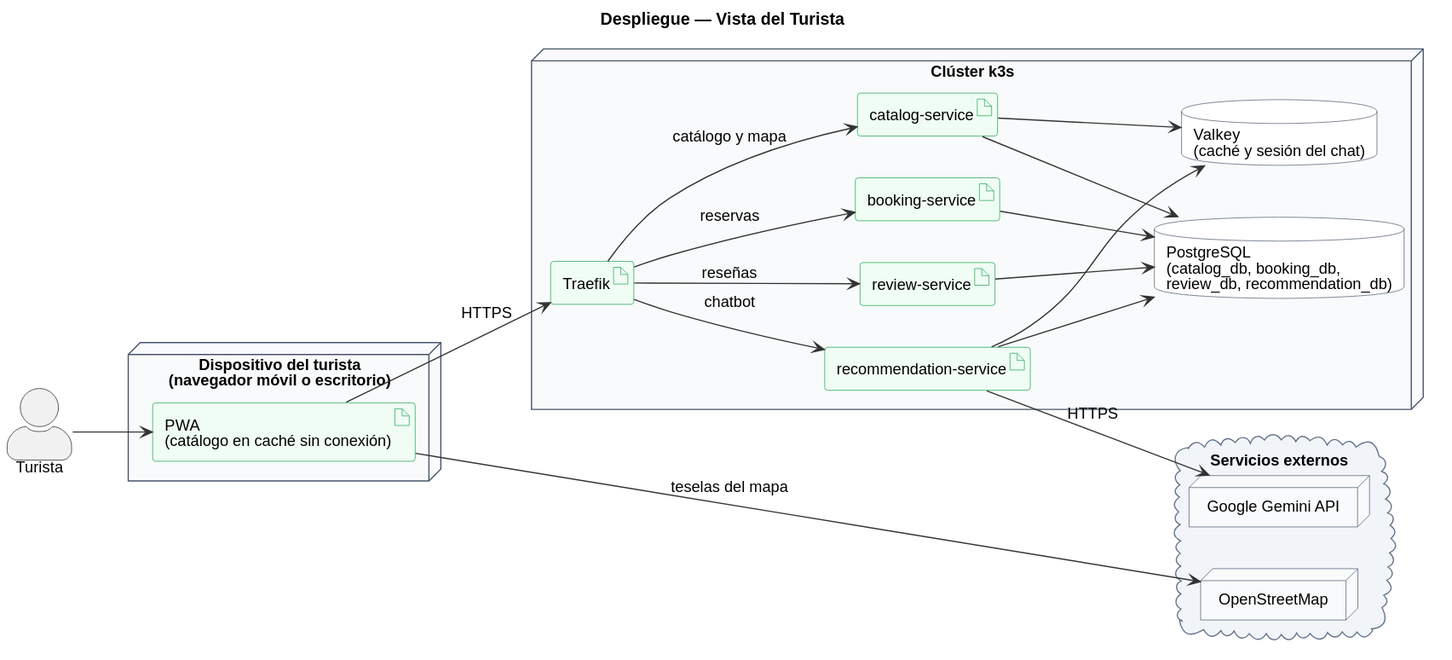
Before: Documents/Pages/Diagrama_Despliegue_Turista.svg, a diagram exported from PlantUML (luifdo/tourism-platform).
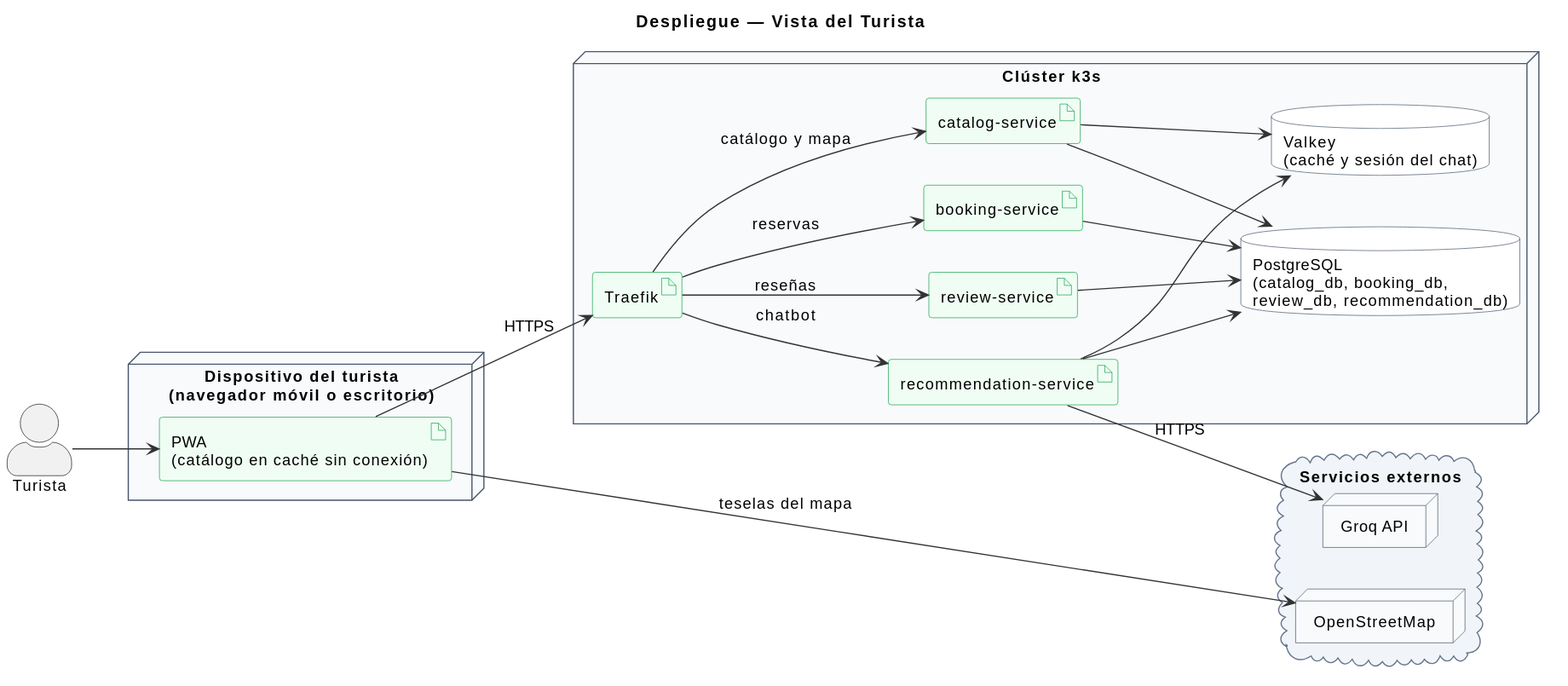
Above is the later version.

The edit, as a diff of the source:
```diff
@@ -17,7 +17,7 @@
   database "Valkey\n(caché y sesión del chat)" as Vk
 }
 cloud "Servicios externos" {
-  node "Google Gemini API" as Gem
+  node "Groq API" as Gem
   node "OpenStreetMap" as Osm
 }
 
```
